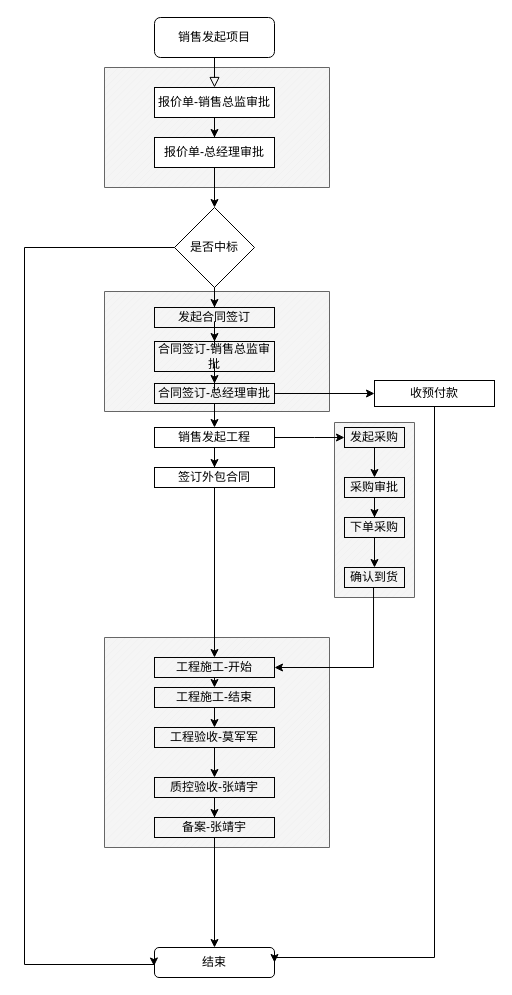
Above: Untitled Diagram.drawio in htpan610/auto_answer1 (draw.io), before the change. Source tidied: cells renumbered, new cells numbered last; positions are measured from the earlier drawing's top-left corner, leaving out a move shared by most shapes. Both pictures are drawn from the tidied source at 100%, with x=0, y=0 at pixel (24, 17).
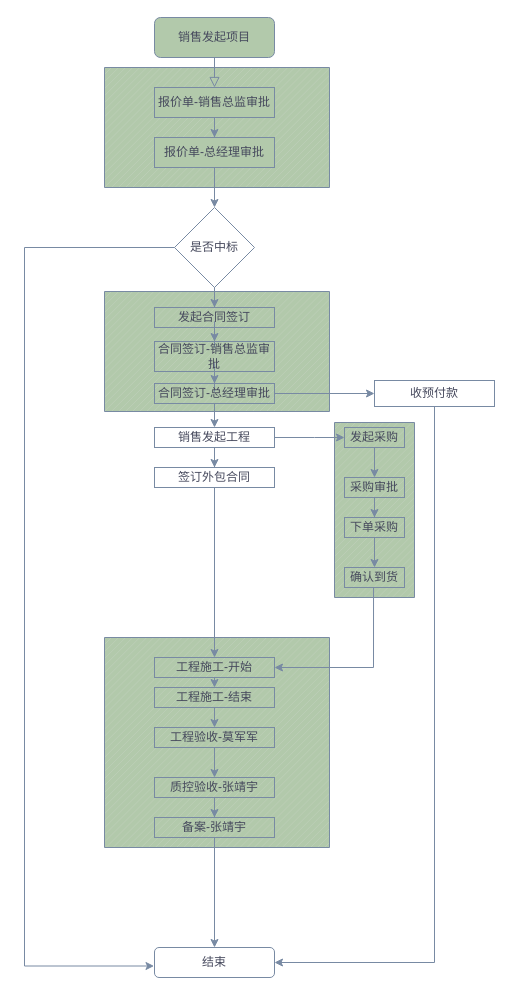
The same page after the edit.

Diff of the diagram source:
```diff
@@
-    <mxCell id="2" style="verticalLabelPosition=bottom;verticalAlign=top;html=1;shape=mxgraph.basic.patternFillRect;fillStyle=diag;step=5;fillStrokeWidth=0.2;fillStrokeColor=#dddddd;fillColor=#f5f5f5;strokeColor=#666666;fontColor=#333333;" parent="1" vertex="1">
+    <mxCell id="2" style="verticalLabelPosition=bottom;verticalAlign=top;html=1;shape=mxgraph.basic.patternFillRect;fillStyle=diag;step=5;fillStrokeWidth=0.2;fillStrokeColor=#dddddd;fillColor=#B2C9AB;strokeColor=#788AA3;fontColor=#46495D;" parent="1" vertex="1">
       <mxGeometry x="310" y="405" width="80" height="175" as="geometry" />
     </mxCell>
-    <mxCell id="3" style="verticalLabelPosition=bottom;verticalAlign=top;html=1;shape=mxgraph.basic.patternFillRect;fillStyle=diag;step=5;fillStrokeWidth=0.2;fillStrokeColor=#dddddd;fillColor=#f5f5f5;strokeColor=#666666;fontColor=#333333;" parent="1" vertex="1">
+    <mxCell id="3" style="verticalLabelPosition=bottom;verticalAlign=top;html=1;shape=mxgraph.basic.patternFillRect;fillStyle=diag;step=5;fillStrokeWidth=0.2;fillStrokeColor=#dddddd;fillColor=#B2C9AB;strokeColor=#788AA3;fontColor=#46495D;" parent="1" vertex="1">
       <mxGeometry x="80" y="620" width="225" height="210" as="geometry" />
     </mxCell>
-    <mxCell id="4" style="verticalLabelPosition=bottom;verticalAlign=top;html=1;shape=mxgraph.basic.patternFillRect;fillStyle=diag;step=5;fillStrokeWidth=0.2;fillStrokeColor=#dddddd;fillColor=#f5f5f5;strokeColor=#666666;fontColor=#333333;" parent="1" vertex="1">
+    <mxCell id="4" style="verticalLabelPosition=bottom;verticalAlign=top;html=1;shape=mxgraph.basic.patternFillRect;fillStyle=diag;step=5;fillStrokeWidth=0.2;fillStrokeColor=#dddddd;fillColor=#B2C9AB;strokeColor=#788AA3;fontColor=#46495D;" parent="1" vertex="1">
       <mxGeometry x="80" y="274" width="225" height="120" as="geometry" />
     </mxCell>
-    <mxCell id="5" style="verticalLabelPosition=bottom;verticalAlign=top;html=1;shape=mxgraph.basic.patternFillRect;fillStyle=diag;step=5;fillStrokeWidth=0.2;fillStrokeColor=#dddddd;fillColor=#f5f5f5;strokeColor=#666666;fontColor=#333333;" parent="1" vertex="1">
+    <mxCell id="5" style="verticalLabelPosition=bottom;verticalAlign=top;html=1;shape=mxgraph.basic.patternFillRect;fillStyle=diag;step=5;fillStrokeWidth=0.2;fillStrokeColor=#dddddd;fillColor=#B2C9AB;strokeColor=#788AA3;fontColor=#46495D;" parent="1" vertex="1">
       <mxGeometry x="80" y="50" width="225" height="120" as="geometry" />
     </mxCell>
-    <mxCell id="6" style="rounded=0;html=1;jettySize=auto;fontSize=11;endArrow=block;endFill=0;endSize=8;strokeWidth=1;shadow=0;labelBackgroundColor=none;edgeStyle=orthogonalEdgeStyle;entryX=0.5;entryY=0;entryDx=0;entryDy=0;" parent="1" edge="1" source="7" target="9">
+    <mxCell id="6" style="rounded=0;html=1;jettySize=auto;fontSize=11;endArrow=block;endFill=0;endSize=8;strokeWidth=1;shadow=0;labelBackgroundColor=none;edgeStyle=orthogonalEdgeStyle;entryX=0.5;entryY=0;entryDx=0;entryDy=0;strokeColor=#788AA3;fontColor=#46495D;" parent="1" edge="1" source="7" target="9">
       <mxGeometry relative="1" as="geometry" />
     </mxCell>
-    <mxCell id="7" value="销售发起项目" style="rounded=1;whiteSpace=wrap;html=1;fontSize=12;glass=0;strokeWidth=1;shadow=0;" parent="1" vertex="1">
+    <mxCell id="7" value="销售发起项目" style="rounded=1;whiteSpace=wrap;html=1;fontSize=12;glass=0;strokeWidth=1;shadow=0;fillColor=#B2C9AB;strokeColor=#788AA3;fontColor=#46495D;" parent="1" vertex="1">
       <mxGeometry x="130" width="120" height="40" as="geometry" />
     </mxCell>
-    <mxCell id="8" style="edgeStyle=orthogonalEdgeStyle;rounded=0;jettySize=auto;html=1;" parent="1" edge="1" source="9" target="11">
+    <mxCell id="8" style="edgeStyle=orthogonalEdgeStyle;rounded=0;jettySize=auto;html=1;strokeColor=#788AA3;fontColor=#46495D;" parent="1" edge="1" source="9" target="11">
       <mxGeometry relative="1" as="geometry" />
     </mxCell>
-    <mxCell id="9" value="报价单-销售总监审批" style="rounded=0;whiteSpace=wrap;html=1;" parent="1" vertex="1">
+    <mxCell id="9" value="报价单-销售总监审批" style="rounded=0;whiteSpace=wrap;html=1;fillColor=#B2C9AB;strokeColor=#788AA3;fontColor=#46495D;" parent="1" vertex="1">
       <mxGeometry x="130" y="70" width="120" height="30" as="geometry" />
     </mxCell>
-    <mxCell id="10" style="edgeStyle=orthogonalEdgeStyle;rounded=0;jettySize=auto;html=1;entryX=0.5;entryY=0;entryDx=0;entryDy=0;" parent="1" edge="1" source="11" target="14">
+    <mxCell id="10" style="edgeStyle=orthogonalEdgeStyle;rounded=0;jettySize=auto;html=1;entryX=0.5;entryY=0;entryDx=0;entryDy=0;strokeColor=#788AA3;fontColor=#46495D;" parent="1" edge="1" source="11" target="14">
       <mxGeometry relative="1" as="geometry" />
     </mxCell>
-    <mxCell id="11" value="报价单-总经理审批" style="whiteSpace=wrap;html=1;rounded=0;" parent="1" vertex="1">
+    <mxCell id="11" value="报价单-总经理审批" style="whiteSpace=wrap;html=1;rounded=0;fillColor=#B2C9AB;strokeColor=#788AA3;fontColor=#46495D;" parent="1" vertex="1">
       <mxGeometry x="130" y="120" width="120" height="30" as="geometry" />
     </mxCell>
-    <mxCell id="12" style="edgeStyle=orthogonalEdgeStyle;rounded=0;jettySize=auto;html=1;entryX=-0.004;entryY=0.617;entryDx=0;entryDy=0;entryPerimeter=0;" parent="1" edge="1" source="14" target="15">
+    <mxCell id="12" style="edgeStyle=orthogonalEdgeStyle;rounded=0;jettySize=auto;html=1;entryX=-0.004;entryY=0.617;entryDx=0;entryDy=0;entryPerimeter=0;strokeColor=#788AA3;fontColor=#46495D;" parent="1" edge="1" source="14" target="15">
       <mxGeometry relative="1" as="geometry">
         <Array as="points">
           <mxPoint y="230" />
-          <mxPoint y="947" />
+          <mxPoint y="949" />
         </Array>
       </mxGeometry>
     </mxCell>
-    <mxCell id="13" style="edgeStyle=orthogonalEdgeStyle;rounded=0;jettySize=auto;html=1;" parent="1" edge="1" source="14" target="17">
+    <mxCell id="13" style="edgeStyle=orthogonalEdgeStyle;rounded=0;jettySize=auto;html=1;strokeColor=#788AA3;fontColor=#46495D;" parent="1" edge="1" source="14" target="17">
       <mxGeometry relative="1" as="geometry" />
     </mxCell>
-    <mxCell id="14" value="是否中标" style="rhombus;whiteSpace=wrap;html=1;fillColor=none;" parent="1" vertex="1">
+    <mxCell id="14" value="是否中标" style="rhombus;whiteSpace=wrap;html=1;fillColor=none;strokeColor=#788AA3;fontColor=#46495D;" parent="1" vertex="1">
       <mxGeometry x="150" y="190" width="80" height="80" as="geometry" />
     </mxCell>
-    <mxCell id="15" value="结束" style="rounded=1;whiteSpace=wrap;html=1;fillColor=none;" parent="1" vertex="1">
+    <mxCell id="15" value="结束" style="rounded=1;whiteSpace=wrap;html=1;fillColor=none;strokeColor=#788AA3;fontColor=#46495D;" parent="1" vertex="1">
       <mxGeometry x="130" y="930" width="120" height="30" as="geometry" />
     </mxCell>
-    <mxCell id="16" style="edgeStyle=orthogonalEdgeStyle;rounded=0;jettySize=auto;html=1;" parent="1" edge="1" source="17" target="19">
+    <mxCell id="16" style="edgeStyle=orthogonalEdgeStyle;rounded=0;jettySize=auto;html=1;strokeColor=#788AA3;fontColor=#46495D;" parent="1" edge="1" source="17" target="19">
       <mxGeometry relative="1" as="geometry" />
     </mxCell>
-    <mxCell id="17" value="发起合同签订" style="whiteSpace=wrap;html=1;fillColor=none;" parent="1" vertex="1">
+    <mxCell id="17" value="发起合同签订" style="whiteSpace=wrap;html=1;fillColor=none;strokeColor=#788AA3;fontColor=#46495D;" parent="1" vertex="1">
       <mxGeometry x="130" y="290" width="120" height="20" as="geometry" />
     </mxCell>
-    <mxCell id="18" style="edgeStyle=orthogonalEdgeStyle;rounded=0;jettySize=auto;html=1;" parent="1" edge="1" source="19" target="22">
+    <mxCell id="18" style="edgeStyle=orthogonalEdgeStyle;rounded=0;jettySize=auto;html=1;strokeColor=#788AA3;fontColor=#46495D;" parent="1" edge="1" source="19" target="22">
       <mxGeometry relative="1" as="geometry" />
     </mxCell>
-    <mxCell id="19" value="合同签订-销售总监审批" style="whiteSpace=wrap;html=1;fillColor=none;" parent="1" vertex="1">
+    <mxCell id="19" value="合同签订-销售总监审批" style="whiteSpace=wrap;html=1;fillColor=none;strokeColor=#788AA3;fontColor=#46495D;" parent="1" vertex="1">
       <mxGeometry x="130" y="324" width="120" height="30" as="geometry" />
     </mxCell>
-    <mxCell id="20" style="edgeStyle=orthogonalEdgeStyle;rounded=0;jettySize=auto;html=1;" parent="1" edge="1" source="22" target="24">
+    <mxCell id="20" style="edgeStyle=orthogonalEdgeStyle;rounded=0;jettySize=auto;html=1;strokeColor=#788AA3;fontColor=#46495D;" parent="1" edge="1" source="22" target="24">
       <mxGeometry relative="1" as="geometry" />
     </mxCell>
-    <mxCell id="21" style="edgeStyle=orthogonalEdgeStyle;rounded=0;jettySize=auto;html=1;" parent="1" edge="1" source="22" target="27">
+    <mxCell id="21" style="edgeStyle=orthogonalEdgeStyle;rounded=0;jettySize=auto;html=1;strokeColor=#788AA3;fontColor=#46495D;" parent="1" edge="1" source="22" target="27">
       <mxGeometry relative="1" as="geometry" />
     </mxCell>
-    <mxCell id="22" value="合同签订-总经理审批" style="whiteSpace=wrap;html=1;fillColor=none;" parent="1" vertex="1">
+    <mxCell id="22" value="合同签订-总经理审批" style="whiteSpace=wrap;html=1;fillColor=none;strokeColor=#788AA3;fontColor=#46495D;" parent="1" vertex="1">
       <mxGeometry x="130" y="366" width="120" height="20" as="geometry" />
     </mxCell>
-    <mxCell id="23" style="edgeStyle=orthogonalEdgeStyle;rounded=0;jettySize=auto;html=1;entryX=1;entryY=0.5;entryDx=0;entryDy=0;" parent="1" edge="1" source="24" target="15">
+    <mxCell id="23" style="edgeStyle=orthogonalEdgeStyle;rounded=0;jettySize=auto;html=1;entryX=1;entryY=0.5;entryDx=0;entryDy=0;strokeColor=#788AA3;fontColor=#46495D;" parent="1" edge="1" source="24" target="15">
       <mxGeometry relative="1" as="geometry">
         <Array as="points">
-          <mxPoint x="410" y="940" />
-          <mxPoint x="250" y="940" />
+          <mxPoint x="410" y="945" />
         </Array>
       </mxGeometry>
     </mxCell>
-    <mxCell id="24" value="收预付款" style="whiteSpace=wrap;html=1;fillColor=none;" parent="1" vertex="1">
+    <mxCell id="24" value="收预付款" style="whiteSpace=wrap;html=1;fillColor=none;strokeColor=#788AA3;fontColor=#46495D;" parent="1" vertex="1">
       <mxGeometry x="350" y="363" width="120" height="26" as="geometry" />
     </mxCell>
-    <mxCell id="25" style="edgeStyle=orthogonalEdgeStyle;rounded=0;jettySize=auto;html=1;" parent="1" edge="1" source="27" target="29">
+    <mxCell id="25" style="edgeStyle=orthogonalEdgeStyle;rounded=0;jettySize=auto;html=1;strokeColor=#788AA3;fontColor=#46495D;" parent="1" edge="1" source="27" target="29">
       <mxGeometry relative="1" as="geometry" />
     </mxCell>
-    <mxCell id="26" style="edgeStyle=orthogonalEdgeStyle;rounded=0;jettySize=auto;html=1;entryX=0;entryY=0.5;entryDx=0;entryDy=0;" parent="1" edge="1" source="27" target="34">
+    <mxCell id="26" style="edgeStyle=orthogonalEdgeStyle;rounded=0;jettySize=auto;html=1;entryX=0;entryY=0.5;entryDx=0;entryDy=0;strokeColor=#788AA3;fontColor=#46495D;" parent="1" edge="1" source="27" target="34">
       <mxGeometry relative="1" as="geometry">
         <Array as="points">
           <mxPoint x="290" y="420" />
           <mxPoint x="290" y="420" />
         </Array>
       </mxGeometry>
     </mxCell>
-    <mxCell id="27" value="销售发起工程" style="whiteSpace=wrap;html=1;fillColor=none;" parent="1" vertex="1">
+    <mxCell id="27" value="销售发起工程" style="whiteSpace=wrap;html=1;fillColor=none;strokeColor=#788AA3;fontColor=#46495D;" parent="1" vertex="1">
       <mxGeometry x="130" y="410" width="120" height="20" as="geometry" />
     </mxCell>
-    <mxCell id="28" style="edgeStyle=orthogonalEdgeStyle;rounded=0;jettySize=auto;html=1;" parent="1" edge="1" source="29" target="32">
+    <mxCell id="28" style="edgeStyle=orthogonalEdgeStyle;rounded=0;jettySize=auto;html=1;strokeColor=#788AA3;fontColor=#46495D;" parent="1" edge="1" source="29" target="32">
       <mxGeometry relative="1" as="geometry" />
     </mxCell>
-    <mxCell id="29" value="签订外包合同" style="whiteSpace=wrap;html=1;fillColor=none;" parent="1" vertex="1">
+    <mxCell id="29" value="签订外包合同" style="whiteSpace=wrap;html=1;fillColor=none;strokeColor=#788AA3;fontColor=#46495D;" parent="1" vertex="1">
       <mxGeometry x="130" y="450" width="120" height="20" as="geometry" />
     </mxCell>
-    <mxCell id="30" style="edgeStyle=orthogonalEdgeStyle;rounded=0;jettySize=auto;html=1;exitX=0.5;exitY=1;exitDx=0;exitDy=0;" parent="1" edge="1" source="41" target="15">
+    <mxCell id="30" style="edgeStyle=orthogonalEdgeStyle;rounded=0;jettySize=auto;html=1;exitX=0.5;exitY=1;exitDx=0;exitDy=0;strokeColor=#788AA3;fontColor=#46495D;" parent="1" edge="1" source="41" target="15">
       <mxGeometry relative="1" as="geometry" />
     </mxCell>
-    <mxCell id="31" style="edgeStyle=orthogonalEdgeStyle;rounded=0;jettySize=auto;html=1;exitX=0.5;exitY=1;exitDx=0;exitDy=0;entryX=0.5;entryY=0;entryDx=0;entryDy=0;" parent="1" edge="1" source="32" target="36">
+    <mxCell id="31" style="edgeStyle=orthogonalEdgeStyle;rounded=0;jettySize=auto;html=1;exitX=0.5;exitY=1;exitDx=0;exitDy=0;entryX=0.5;entryY=0;entryDx=0;entryDy=0;strokeColor=#788AA3;fontColor=#46495D;" parent="1" edge="1" source="32" target="36">
       <mxGeometry relative="1" as="geometry" />
     </mxCell>
-    <mxCell id="32" value="工程施工-开始" style="whiteSpace=wrap;html=1;fillColor=none;" parent="1" vertex="1">
+    <mxCell id="32" value="工程施工-开始" style="whiteSpace=wrap;html=1;fillColor=none;strokeColor=#788AA3;fontColor=#46495D;" parent="1" vertex="1">
       <mxGeometry x="130" y="640" width="120" height="20" as="geometry" />
     </mxCell>
-    <mxCell id="33" style="edgeStyle=orthogonalEdgeStyle;rounded=0;jettySize=auto;html=1;" parent="1" edge="1" source="34" target="43">
+    <mxCell id="33" style="edgeStyle=orthogonalEdgeStyle;rounded=0;jettySize=auto;html=1;strokeColor=#788AA3;fontColor=#46495D;" parent="1" edge="1" source="34" target="43">
       <mxGeometry relative="1" as="geometry" />
     </mxCell>
-    <mxCell id="34" value="发起采购" style="whiteSpace=wrap;html=1;fillColor=none;" parent="1" vertex="1">
+    <mxCell id="34" value="发起采购" style="whiteSpace=wrap;html=1;fillColor=none;strokeColor=#788AA3;fontColor=#46495D;" parent="1" vertex="1">
       <mxGeometry x="320" y="410" width="60" height="20" as="geometry" />
     </mxCell>
-    <mxCell id="35" style="edgeStyle=orthogonalEdgeStyle;rounded=0;jettySize=auto;html=1;exitX=0.5;exitY=1;exitDx=0;exitDy=0;entryX=0.5;entryY=0;entryDx=0;entryDy=0;" parent="1" edge="1" source="36" target="38">
+    <mxCell id="35" style="edgeStyle=orthogonalEdgeStyle;rounded=0;jettySize=auto;html=1;exitX=0.5;exitY=1;exitDx=0;exitDy=0;entryX=0.5;entryY=0;entryDx=0;entryDy=0;strokeColor=#788AA3;fontColor=#46495D;" parent="1" edge="1" source="36" target="38">
       <mxGeometry relative="1" as="geometry" />
     </mxCell>
-    <mxCell id="36" value="工程施工-结束" style="whiteSpace=wrap;html=1;fillColor=none;" parent="1" vertex="1">
+    <mxCell id="36" value="工程施工-结束" style="whiteSpace=wrap;html=1;fillColor=none;strokeColor=#788AA3;fontColor=#46495D;" parent="1" vertex="1">
       <mxGeometry x="130" y="670" width="120" height="20" as="geometry" />
     </mxCell>
-    <mxCell id="37" style="edgeStyle=orthogonalEdgeStyle;rounded=0;jettySize=auto;html=1;" parent="1" edge="1" source="38" target="40">
+    <mxCell id="37" style="edgeStyle=orthogonalEdgeStyle;rounded=0;jettySize=auto;html=1;strokeColor=#788AA3;fontColor=#46495D;" parent="1" edge="1" source="38" target="40">
       <mxGeometry relative="1" as="geometry" />
     </mxCell>
-    <mxCell id="38" value="工程验收-莫军军" style="whiteSpace=wrap;html=1;fillColor=none;" parent="1" vertex="1">
+    <mxCell id="38" value="工程验收-莫军军" style="whiteSpace=wrap;html=1;fillColor=none;strokeColor=#788AA3;fontColor=#46495D;" parent="1" vertex="1">
       <mxGeometry x="130" y="710" width="120" height="20" as="geometry" />
     </mxCell>
-    <mxCell id="39" style="edgeStyle=orthogonalEdgeStyle;rounded=0;jettySize=auto;html=1;" parent="1" edge="1" source="40" target="41">
+    <mxCell id="39" style="edgeStyle=orthogonalEdgeStyle;rounded=0;jettySize=auto;html=1;strokeColor=#788AA3;fontColor=#46495D;" parent="1" edge="1" source="40" target="41">
       <mxGeometry relative="1" as="geometry" />
     </mxCell>
-    <mxCell id="40" value="质控验收-张靖宇" style="whiteSpace=wrap;html=1;fillColor=none;" parent="1" vertex="1">
+    <mxCell id="40" value="质控验收-张靖宇" style="whiteSpace=wrap;html=1;fillColor=none;strokeColor=#788AA3;fontColor=#46495D;" parent="1" vertex="1">
       <mxGeometry x="130" y="760" width="120" height="20" as="geometry" />
     </mxCell>
-    <mxCell id="41" value="备案-张靖宇" style="whiteSpace=wrap;html=1;fillColor=none;" parent="1" vertex="1">
+    <mxCell id="41" value="备案-张靖宇" style="whiteSpace=wrap;html=1;fillColor=none;strokeColor=#788AA3;fontColor=#46495D;" parent="1" vertex="1">
       <mxGeometry x="130" y="800" width="120" height="20" as="geometry" />
     </mxCell>
-    <mxCell id="42" style="edgeStyle=orthogonalEdgeStyle;rounded=0;jettySize=auto;html=1;" parent="1" edge="1" source="43" target="45">
+    <mxCell id="42" style="edgeStyle=orthogonalEdgeStyle;rounded=0;jettySize=auto;html=1;strokeColor=#788AA3;fontColor=#46495D;" parent="1" edge="1" source="43" target="45">
       <mxGeometry relative="1" as="geometry" />
     </mxCell>
-    <mxCell id="43" value="采购审批" style="whiteSpace=wrap;html=1;fillColor=none;" parent="1" vertex="1">
+    <mxCell id="43" value="采购审批" style="whiteSpace=wrap;html=1;fillColor=none;strokeColor=#788AA3;fontColor=#46495D;" parent="1" vertex="1">
       <mxGeometry x="320" y="460" width="60" height="20" as="geometry" />
     </mxCell>
-    <mxCell id="44" style="edgeStyle=orthogonalEdgeStyle;rounded=0;jettySize=auto;html=1;" parent="1" edge="1" source="45" target="47">
+    <mxCell id="44" style="edgeStyle=orthogonalEdgeStyle;rounded=0;jettySize=auto;html=1;strokeColor=#788AA3;fontColor=#46495D;" parent="1" edge="1" source="45" target="47">
       <mxGeometry relative="1" as="geometry" />
     </mxCell>
-    <mxCell id="45" value="下单采购" style="whiteSpace=wrap;html=1;fillColor=none;" parent="1" vertex="1">
+    <mxCell id="45" value="下单采购" style="whiteSpace=wrap;html=1;fillColor=none;strokeColor=#788AA3;fontColor=#46495D;" parent="1" vertex="1">
       <mxGeometry x="320" y="500" width="60" height="20" as="geometry" />
     </mxCell>
-    <mxCell id="46" style="edgeStyle=orthogonalEdgeStyle;rounded=0;jettySize=auto;html=1;exitX=0.488;exitY=0.943;exitDx=0;exitDy=0;entryX=1;entryY=0.5;entryDx=0;entryDy=0;exitPerimeter=0;" parent="1" edge="1" source="2" target="32">
+    <mxCell id="46" style="edgeStyle=orthogonalEdgeStyle;rounded=0;jettySize=auto;html=1;exitX=0.488;exitY=0.943;exitDx=0;exitDy=0;entryX=1;entryY=0.5;entryDx=0;entryDy=0;exitPerimeter=0;strokeColor=#788AA3;fontColor=#46495D;" parent="1" edge="1" source="2" target="32">
       <mxGeometry relative="1" as="geometry">
         <Array as="points">
           <mxPoint x="349" y="650" />
         </Array>
       </mxGeometry>
     </mxCell>
-    <mxCell id="47" value="确认到货" style="whiteSpace=wrap;html=1;fillColor=none;" parent="1" vertex="1">
+    <mxCell id="47" value="确认到货" style="whiteSpace=wrap;html=1;fillColor=none;strokeColor=#788AA3;fontColor=#46495D;" parent="1" vertex="1">
       <mxGeometry x="320" y="550" width="60" height="20" as="geometry" />
     </mxCell>
```
